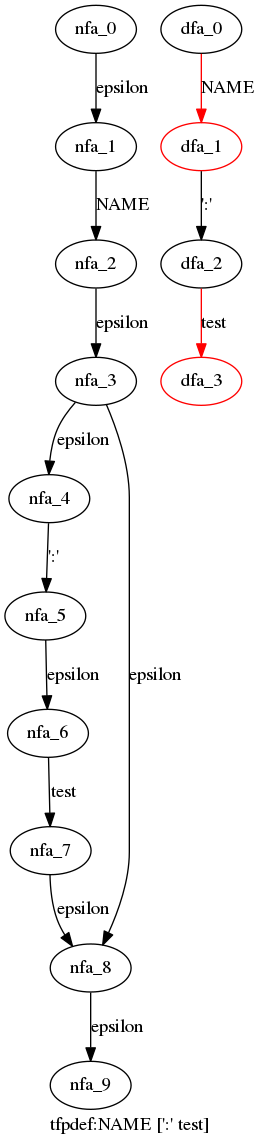
The Graphviz diagram cpython/grammar/handwrite/nfa_dfas/10.tfpdef.dot.png in WinChua/blog, before a commit. Its source is kept beside it as cpython/grammar/handwrite/nfa_dfas/10.tfpdef.dot. Source of this version:
```dot
digraph tfpdef {
 graph[label="tfpdef:NAME [':' test]"]
 subgraph tfpdef_nfa {
  nfa_0->nfa_1[label="epsilon"]
  nfa_1->nfa_2[label="NAME"]
  nfa_2->nfa_3[label="epsilon"]
  nfa_3->nfa_4[label="epsilon"]
  nfa_4->nfa_5[label="':'"]
  nfa_5->nfa_6[label="epsilon"]
  nfa_6->nfa_7[label="test"]
  nfa_7->nfa_8[label="epsilon"]
  nfa_8->nfa_9[label="epsilon"]
  nfa_3->nfa_8[label="epsilon"]
  }
 subgraph tfpdef_dfa {
  dfa_0->dfa_1[label="NAME",color=red]
  dfa_1->dfa_2[label="':'"]
  dfa_2->dfa_3[label="test",color=red]
  dfa_1[color=red]
  dfa_3[color=red]
  }
}
```
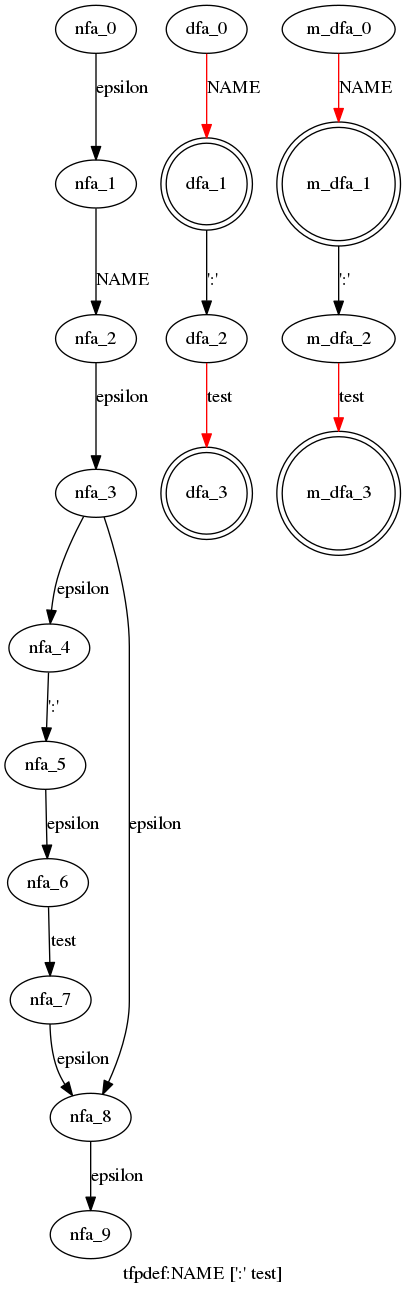
The same file after the commit.

Diff of the diagram source:
```diff
@@ -16,7 +16,14 @@
   dfa_0->dfa_1[label="NAME",color=red]
   dfa_1->dfa_2[label="':'"]
   dfa_2->dfa_3[label="test",color=red]
-  dfa_1[color=red]
-  dfa_3[color=red]
+  dfa_1[shape=doublecircle]
+  dfa_3[shape=doublecircle]
+  }
+ subgraph tfpdef_m_dfa {
+  m_dfa_0->m_dfa_1[label="NAME",color=red]
+  m_dfa_1->m_dfa_2[label="':'"]
+  m_dfa_2->m_dfa_3[label="test",color=red]
+  m_dfa_1[shape=doublecircle]
+  m_dfa_3[shape=doublecircle]
   }
 }
```
